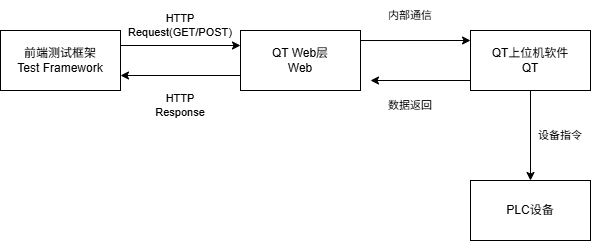
Taylor-Hu/python_code keeps this draw.io diagram as 前后端流程.drawio.png. Above is the earlier version. Source tidied: cells renumbered, new cells last; positions are measured from the earlier drawing's top-left corner, leaving out a move shared by most shapes.
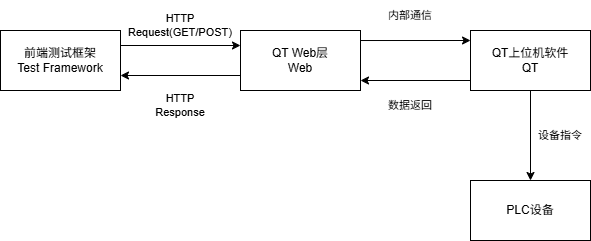
Above is the later version.

Commit message:
更新前后端流程.drawio.png

Diff of the diagram source:
```diff
@@ -23,10 +23,10 @@
     <mxCell id="8" value="PLC设备" style="rounded=0;whiteSpace=wrap;html=1;" parent="1" vertex="1">
       <mxGeometry x="470" y="180" width="120" height="60" as="geometry" />
     </mxCell>
-    <mxCell id="9" style="endArrow=classic;html=1;rounded=0;exitX=0;exitY=0.25;exitDx=0;exitDy=0;entryX=1;entryY=0.25;entryDx=0;entryDy=0;" parent="1" edge="1">
+    <mxCell id="9" style="endArrow=classic;html=1;rounded=0;exitX=0;exitY=0.25;exitDx=0;exitDy=0;" parent="1" edge="1">
       <mxGeometry relative="1" as="geometry">
         <mxPoint x="470" y="80" as="sourcePoint" />
-        <mxPoint x="370" y="80" as="targetPoint" />
+        <mxPoint x="360" y="80" as="targetPoint" />
       </mxGeometry>
     </mxCell>
     <mxCell id="10" style="endArrow=classic;html=1;rounded=0;strokeColor=default;align=center;verticalAlign=middle;fontFamily=Helvetica;fontSize=11;fontColor=default;labelBackgroundColor=default;exitX=1;exitY=0.167;exitDx=0;exitDy=0;entryX=-0.023;entryY=0.133;entryDx=0;entryDy=0;entryPerimeter=0;exitPerimeter=0;" parent="1" edge="1" source="5">
```
